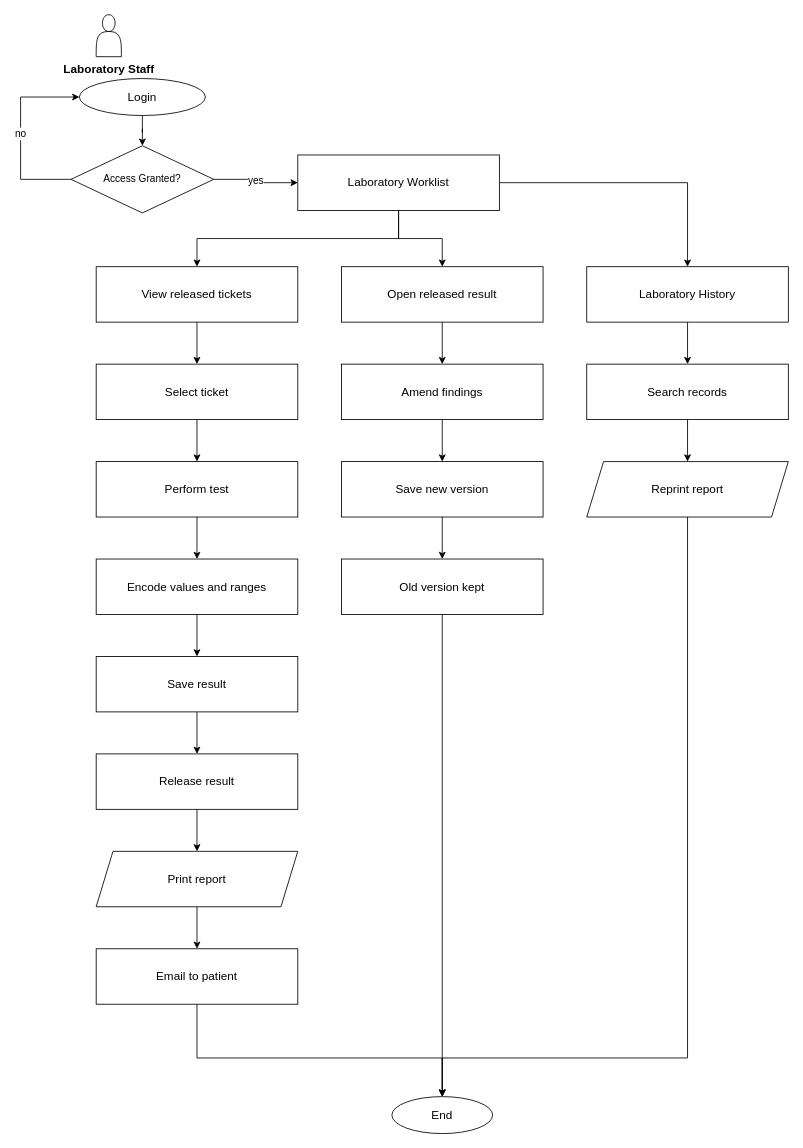
Earlier version of the draw.io diagram page "Laboratory" (5 of 8) of docs/diagrams/flowcharts.drawio (steven23lz/Enlogada-Clinic-Management-System). Source tidied: cells renumbered, new cells numbered last; positions are measured from the earlier drawing's top-left corner, leaving out a move shared by most shapes. Both pictures are drawn from the tidied source at 84%, with x=0, y=0 at pixel (20, 14).
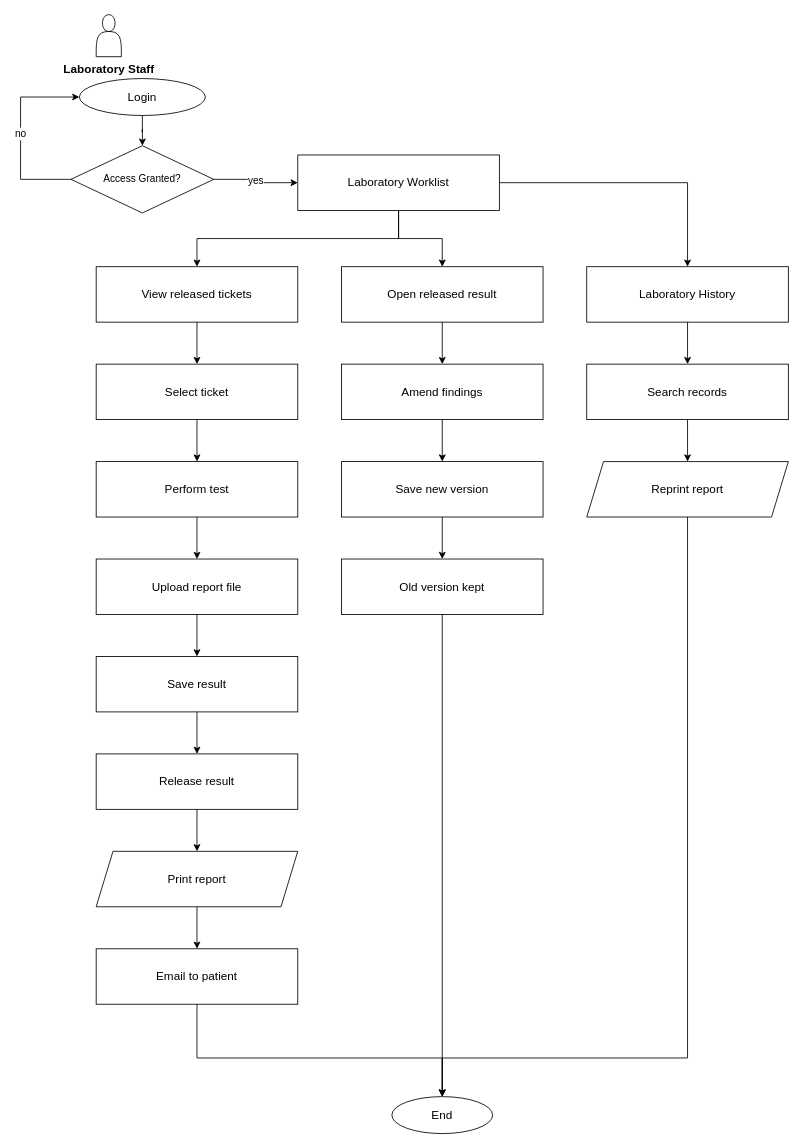
The same diagram, later.

What changed in the source:
```diff
@@
-    <mxCell id="12" value="Encode values and ranges" style="rounded=0;whiteSpace=wrap;html=1;fontFamily=Helvetica;fontSize=14;fontColor=#000000;strokeColor=#000000;" parent="1" vertex="1">
+    <mxCell id="12" value="Upload report file" style="rounded=0;whiteSpace=wrap;html=1;fontFamily=Helvetica;fontSize=14;fontColor=#000000;strokeColor=#000000;" parent="1" vertex="1">
       <mxGeometry x="90" y="648" width="240" height="66" as="geometry" />
     </mxCell>
```
